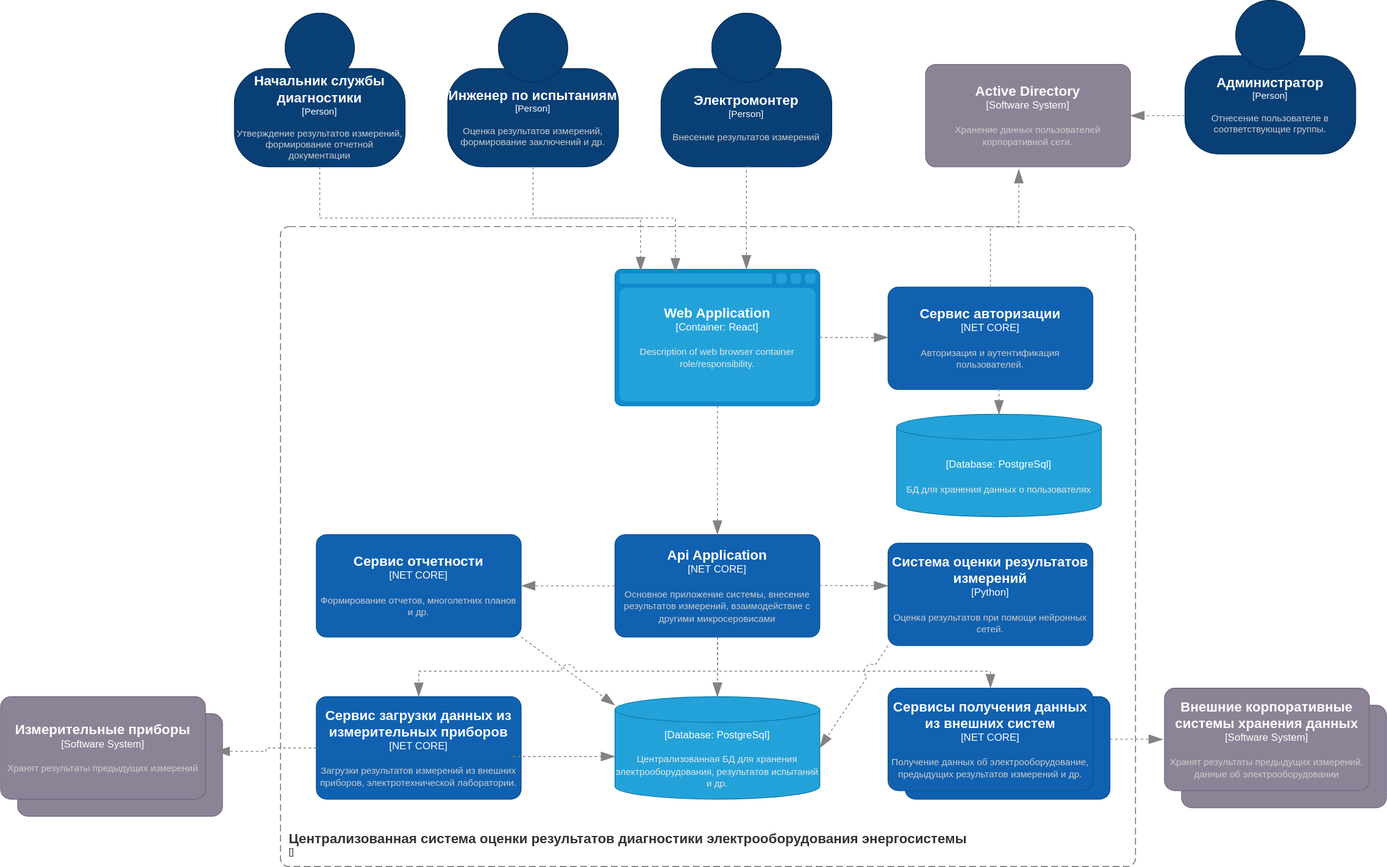
Above: Images/ContextScheme.svg in stranger-kos/otus_software_architecture (draw.io), before the change. Source tidied: cells renumbered, new cells last; positions are measured from the earlier drawing's top-left corner, leaving out a move shared by most shapes.
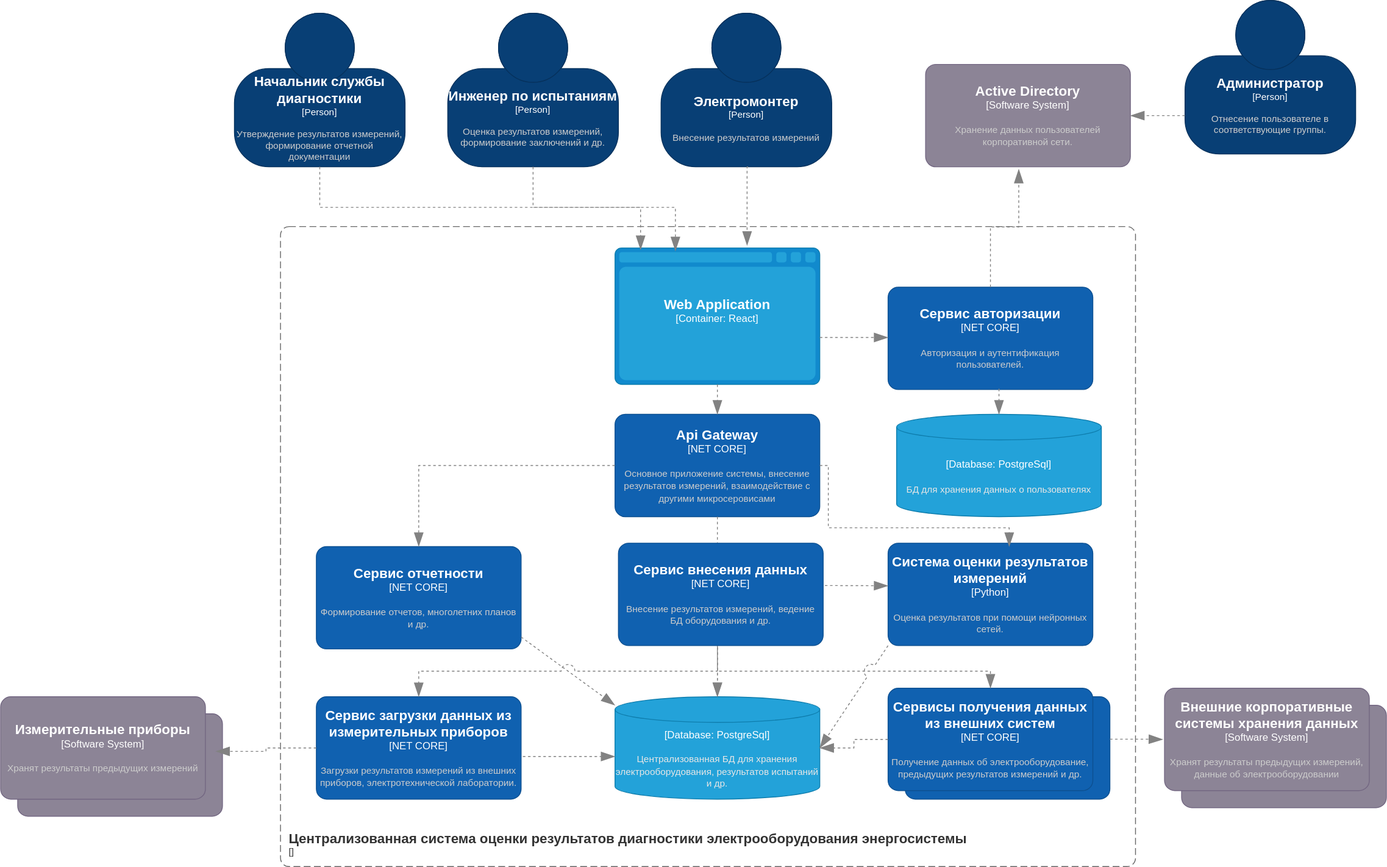
Later version of the same file.

Commit message:
add deployment scheme

Diff of the diagram source:
```diff
@@ -22,14 +22,14 @@
         <mxGeometry x="774" y="15" width="200" height="180" as="geometry" />
       </mxCell>
     </object>
-    <object id="6" label="&lt;font style=&quot;font-size: 16px&quot;&gt;&lt;b&gt;%c4Name%&lt;/b&gt;&lt;/font&gt;&lt;div&gt;[%c4Type%]&lt;/div&gt;&lt;br&gt;&lt;div&gt;&lt;font style=&quot;font-size: 11px&quot;&gt;&lt;font color=&quot;#cccccc&quot;&gt;%c4Description%&lt;/font&gt;&lt;/div&gt;" c4Description="Основное приложение системы, внесение результатов измерений, взаимодействие с другими микросеровисами" c4Name="Api Application" c4Type="NET CORE" placeholders="1">
+    <object id="6" label="&lt;font style=&quot;font-size: 16px&quot;&gt;&lt;b&gt;%c4Name%&lt;/b&gt;&lt;/font&gt;&lt;div&gt;[%c4Type%]&lt;/div&gt;&lt;br&gt;&lt;div&gt;&lt;font style=&quot;font-size: 11px&quot;&gt;&lt;font color=&quot;#cccccc&quot;&gt;%c4Description%&lt;/font&gt;&lt;/div&gt;" c4Description="Основное приложение системы, внесение результатов измерений, взаимодействие с другими микросеровисами" c4Name="Api Gateway" c4Type="NET CORE" placeholders="1">
       <mxCell style="rounded=1;whiteSpace=wrap;html=1;labelBackgroundColor=none;fillColor=#1061B0;fontColor=#ffffff;align=center;arcSize=10;strokeColor=#0D5091;points=[[0.25,0,0],[0.5,0,0],[0.75,0,0],[1,0.25,0],[1,0.5,0],[1,0.75,0],[0.75,1,0],[0.5,1,0],[0.25,1,0],[0,0.75,0],[0,0.5,0],[0,0.25,0]];" parent="1" vertex="1">
-        <mxGeometry x="720" y="626" width="240" height="120" as="geometry" />
+        <mxGeometry x="720" y="485" width="240" height="120" as="geometry" />
       </mxCell>
     </object>
     <object id="7" label="&lt;font style=&quot;font-size: 16px&quot;&gt;&lt;b&gt;%c4Name%&lt;/b&gt;&lt;/font&gt;&lt;div&gt;[%c4Type%]&lt;/div&gt;&lt;br&gt;&lt;div&gt;&lt;font style=&quot;font-size: 11px&quot;&gt;&lt;font color=&quot;#cccccc&quot;&gt;%c4Description%&lt;/font&gt;&lt;/div&gt;" c4Description="Формирование отчетов, многолетних планов и др." c4Name="Сервис отчетности" c4Type="NET CORE" placeholders="1">
       <mxCell style="rounded=1;whiteSpace=wrap;html=1;labelBackgroundColor=none;fillColor=#1061B0;fontColor=#ffffff;align=center;arcSize=10;strokeColor=#0D5091;points=[[0.25,0,0],[0.5,0,0],[0.75,0,0],[1,0.25,0],[1,0.5,0],[1,0.75,0],[0.75,1,0],[0.5,1,0],[0.25,1,0],[0,0.75,0],[0,0.5,0],[0,0.25,0]];" parent="1" vertex="1">
-        <mxGeometry x="370" y="626" width="240" height="120" as="geometry" />
+        <mxGeometry x="370" y="640" width="240" height="120" as="geometry" />
       </mxCell>
     </object>
     <object id="8" label="&lt;font style=&quot;font-size: 16px&quot;&gt;&lt;b&gt;%c4Name%&lt;/b&gt;&lt;/font&gt;&lt;div&gt;[%c4Type%]&lt;/div&gt;&lt;br&gt;&lt;div&gt;&lt;font style=&quot;font-size: 11px&quot;&gt;&lt;font color=&quot;#cccccc&quot;&gt;%c4Description%&lt;/font&gt;&lt;/div&gt;" c4Description="Загрузки результатов измерений из внешних приборов, электротехнической лаборатории." c4Name="Сервис загрузки данных из измерительных приборов" c4Type="NET CORE" placeholders="1">
@@ -74,7 +74,7 @@
     <object id="15" label="" c4Type="Relationship" placeholders="1">
       <mxCell style="endArrow=blockThin;html=1;fontSize=10;fontColor=#404040;strokeWidth=1;endFill=1;strokeColor=#828282;elbow=vertical;endSize=14;startSize=14;jumpStyle=arc;jumpSize=16;rounded=0;edgeStyle=orthogonalEdgeStyle;dashed=1;" parent="1" edge="1">
         <mxGeometry relative="1" as="geometry">
-          <mxPoint x="600" y="886" as="sourcePoint" />
+          <mxPoint x="612" y="886" as="sourcePoint" />
           <mxPoint x="720" y="886" as="targetPoint" />
         </mxGeometry>
       </mxCell>
@@ -95,9 +95,9 @@
         </mxGeometry>
       </mxCell>
     </object>
-    <object id="18" label="&lt;font style=&quot;font-size: 16px&quot;&gt;&lt;b&gt;%c4Type%&lt;/b&gt;&lt;/font&gt;&lt;div&gt;[%c4Container%:&amp;nbsp;%c4Technology%]&lt;/div&gt;&lt;br&gt;&lt;div&gt;&lt;font style=&quot;font-size: 11px&quot;&gt;&lt;font color=&quot;#E6E6E6&quot;&gt;%c4Description%&lt;/font&gt;&lt;/div&gt;" c4Container="Container" c4Description="Description of web browser container role/responsibility." c4Technology="React" c4Type="Web Application" placeholders="1">
+    <object id="18" label="&lt;font style=&quot;font-size: 16px&quot;&gt;&lt;b&gt;%c4Type%&lt;/b&gt;&lt;/font&gt;&lt;div&gt;[%c4Container%:&amp;nbsp;%c4Technology%]&lt;/div&gt;&lt;br&gt;&lt;div&gt;&lt;font style=&quot;font-size: 11px&quot;&gt;&lt;font color=&quot;#E6E6E6&quot;&gt;%c4Description%&lt;/font&gt;&lt;/div&gt;" c4Container="Container" c4Description="" c4Technology="React" c4Type="Web Application" placeholders="1">
       <mxCell style="shape=mxgraph.c4.webBrowserContainer2;whiteSpace=wrap;html=1;boundedLbl=1;rounded=0;labelBackgroundColor=none;strokeColor=#118ACD;fillColor=#23A2D9;strokeColor=#118ACD;strokeColor2=#0E7DAD;fontSize=12;fontColor=#ffffff;align=center;points=[[0.5,0,0],[1,0.25,0],[1,0.5,0],[1,0.75,0],[0.5,1,0],[0,0.75,0],[0,0.5,0],[0,0.25,0]];" parent="1" vertex="1">
-        <mxGeometry x="720" y="315" width="240" height="160" as="geometry" />
+        <mxGeometry x="720" y="290" width="240" height="160" as="geometry" />
       </mxCell>
     </object>
     <object id="19" label="" c4Type="Relationship" placeholders="1">
@@ -134,12 +134,11 @@
       </mxCell>
     </object>
     <object id="25" label="" c4Type="Relationship" placeholders="1">
-      <mxCell style="endArrow=blockThin;html=1;fontSize=10;fontColor=#404040;strokeWidth=1;endFill=1;strokeColor=#828282;elbow=vertical;endSize=14;startSize=14;jumpStyle=arc;jumpSize=16;rounded=0;edgeStyle=orthogonalEdgeStyle;dashed=1;exitX=0.5;exitY=1;exitDx=0;exitDy=0;exitPerimeter=0;" parent="1" edge="1">
+      <mxCell style="endArrow=blockThin;html=1;fontSize=10;fontColor=#404040;strokeWidth=1;endFill=1;strokeColor=#828282;elbow=vertical;endSize=14;startSize=14;jumpStyle=arc;jumpSize=16;rounded=0;edgeStyle=orthogonalEdgeStyle;dashed=1;exitX=0.5;exitY=1;exitDx=0;exitDy=0;exitPerimeter=0;entryX=0.645;entryY=-0.018;entryDx=0;entryDy=0;entryPerimeter=0;" parent="1" edge="1" target="18">
         <mxGeometry relative="1" as="geometry">
           <mxPoint x="876" y="195" as="sourcePoint" />
-          <mxPoint x="874" y="315" as="targetPoint" />
           <Array as="points">
-            <mxPoint x="874" y="195" />
+            <mxPoint x="875" y="195" />
           </Array>
         </mxGeometry>
       </mxCell>
@@ -155,11 +154,10 @@
       </mxCell>
     </object>
     <object id="28" label="" c4Type="Relationship" placeholders="1">
-      <mxCell style="endArrow=blockThin;html=1;fontSize=10;fontColor=#404040;strokeWidth=1;endFill=1;strokeColor=#828282;elbow=vertical;endSize=14;startSize=14;jumpStyle=arc;jumpSize=16;rounded=0;edgeStyle=orthogonalEdgeStyle;dashed=1;entryX=1;entryY=0.5;entryDx=0;entryDy=0;entryPerimeter=0;exitX=0;exitY=0.5;exitDx=0;exitDy=0;exitPerimeter=0;" parent="1" edge="1" source="6" target="7">
+      <mxCell style="endArrow=blockThin;html=1;fontSize=10;fontColor=#404040;strokeWidth=1;endFill=1;strokeColor=#828282;elbow=vertical;endSize=14;startSize=14;jumpStyle=arc;jumpSize=16;rounded=0;edgeStyle=orthogonalEdgeStyle;dashed=1;entryX=0.5;entryY=0;entryDx=0;entryDy=0;entryPerimeter=0;exitX=0;exitY=0.5;exitDx=0;exitDy=0;exitPerimeter=0;" parent="1" edge="1" source="6" target="7">
         <mxGeometry relative="1" as="geometry">
           <Array as="points">
-            <mxPoint x="670" y="686" />
-            <mxPoint x="670" y="686" />
+            <mxPoint x="490" y="545" />
           </Array>
         </mxGeometry>
       </mxCell>
@@ -254,5 +252,28 @@
         <mxGeometry relative="1" as="geometry" />
       </mxCell>
     </object>
+    <object id="41" label="&lt;font style=&quot;font-size: 16px&quot;&gt;&lt;b&gt;%c4Name%&lt;/b&gt;&lt;/font&gt;&lt;div&gt;[%c4Type%]&lt;/div&gt;&lt;br&gt;&lt;div&gt;&lt;font style=&quot;font-size: 11px&quot;&gt;&lt;font color=&quot;#cccccc&quot;&gt;%c4Description%&lt;/font&gt;&lt;/div&gt;" c4Description="Внесение результатов измерений, ведение БД оборудования и др." c4Name="Сервис внесения данных" c4Type="NET CORE" placeholders="1">
+      <mxCell style="rounded=1;whiteSpace=wrap;html=1;labelBackgroundColor=none;fillColor=#1061B0;fontColor=#ffffff;align=center;arcSize=10;strokeColor=#0D5091;" parent="1" vertex="1">
+        <mxGeometry x="724" y="636" width="240" height="120" as="geometry" />
+      </mxCell>
+    </object>
+    <object id="42" label="" c4Type="Relationship" placeholders="1">
+      <mxCell style="endArrow=blockThin;html=1;fontSize=10;fontColor=#404040;strokeWidth=1;endFill=1;strokeColor=#828282;elbow=vertical;endSize=14;startSize=14;jumpStyle=arc;jumpSize=16;rounded=0;edgeStyle=orthogonalEdgeStyle;dashed=1;exitX=0;exitY=0.5;exitDx=0;exitDy=0;exitPerimeter=0;entryX=1;entryY=0.5;entryDx=0;entryDy=0;entryPerimeter=0;" parent="1" edge="1" source="10" target="2">
+        <mxGeometry relative="1" as="geometry" />
+      </mxCell>
+    </object>
+    <object id="43" label="" c4Type="Relationship" placeholders="1">
+      <mxCell style="endArrow=blockThin;html=1;fontSize=10;fontColor=#404040;strokeWidth=1;endFill=1;strokeColor=#828282;elbow=vertical;endSize=14;startSize=14;jumpStyle=arc;jumpSize=16;rounded=0;edgeStyle=orthogonalEdgeStyle;dashed=1;exitX=1;exitY=0.5;exitDx=0;exitDy=0;exitPerimeter=0;" parent="1" edge="1" source="6">
+        <mxGeometry relative="1" as="geometry">
+          <mxPoint x="1182" y="640" as="targetPoint" />
+          <Array as="points">
+            <mxPoint x="970" y="545" />
+            <mxPoint x="970" y="618" />
+            <mxPoint x="1182" y="618" />
+            <mxPoint x="1182" y="630" />
+          </Array>
+        </mxGeometry>
+      </mxCell>
+    </object>
   </root>
 </mxGraphModel>
```
